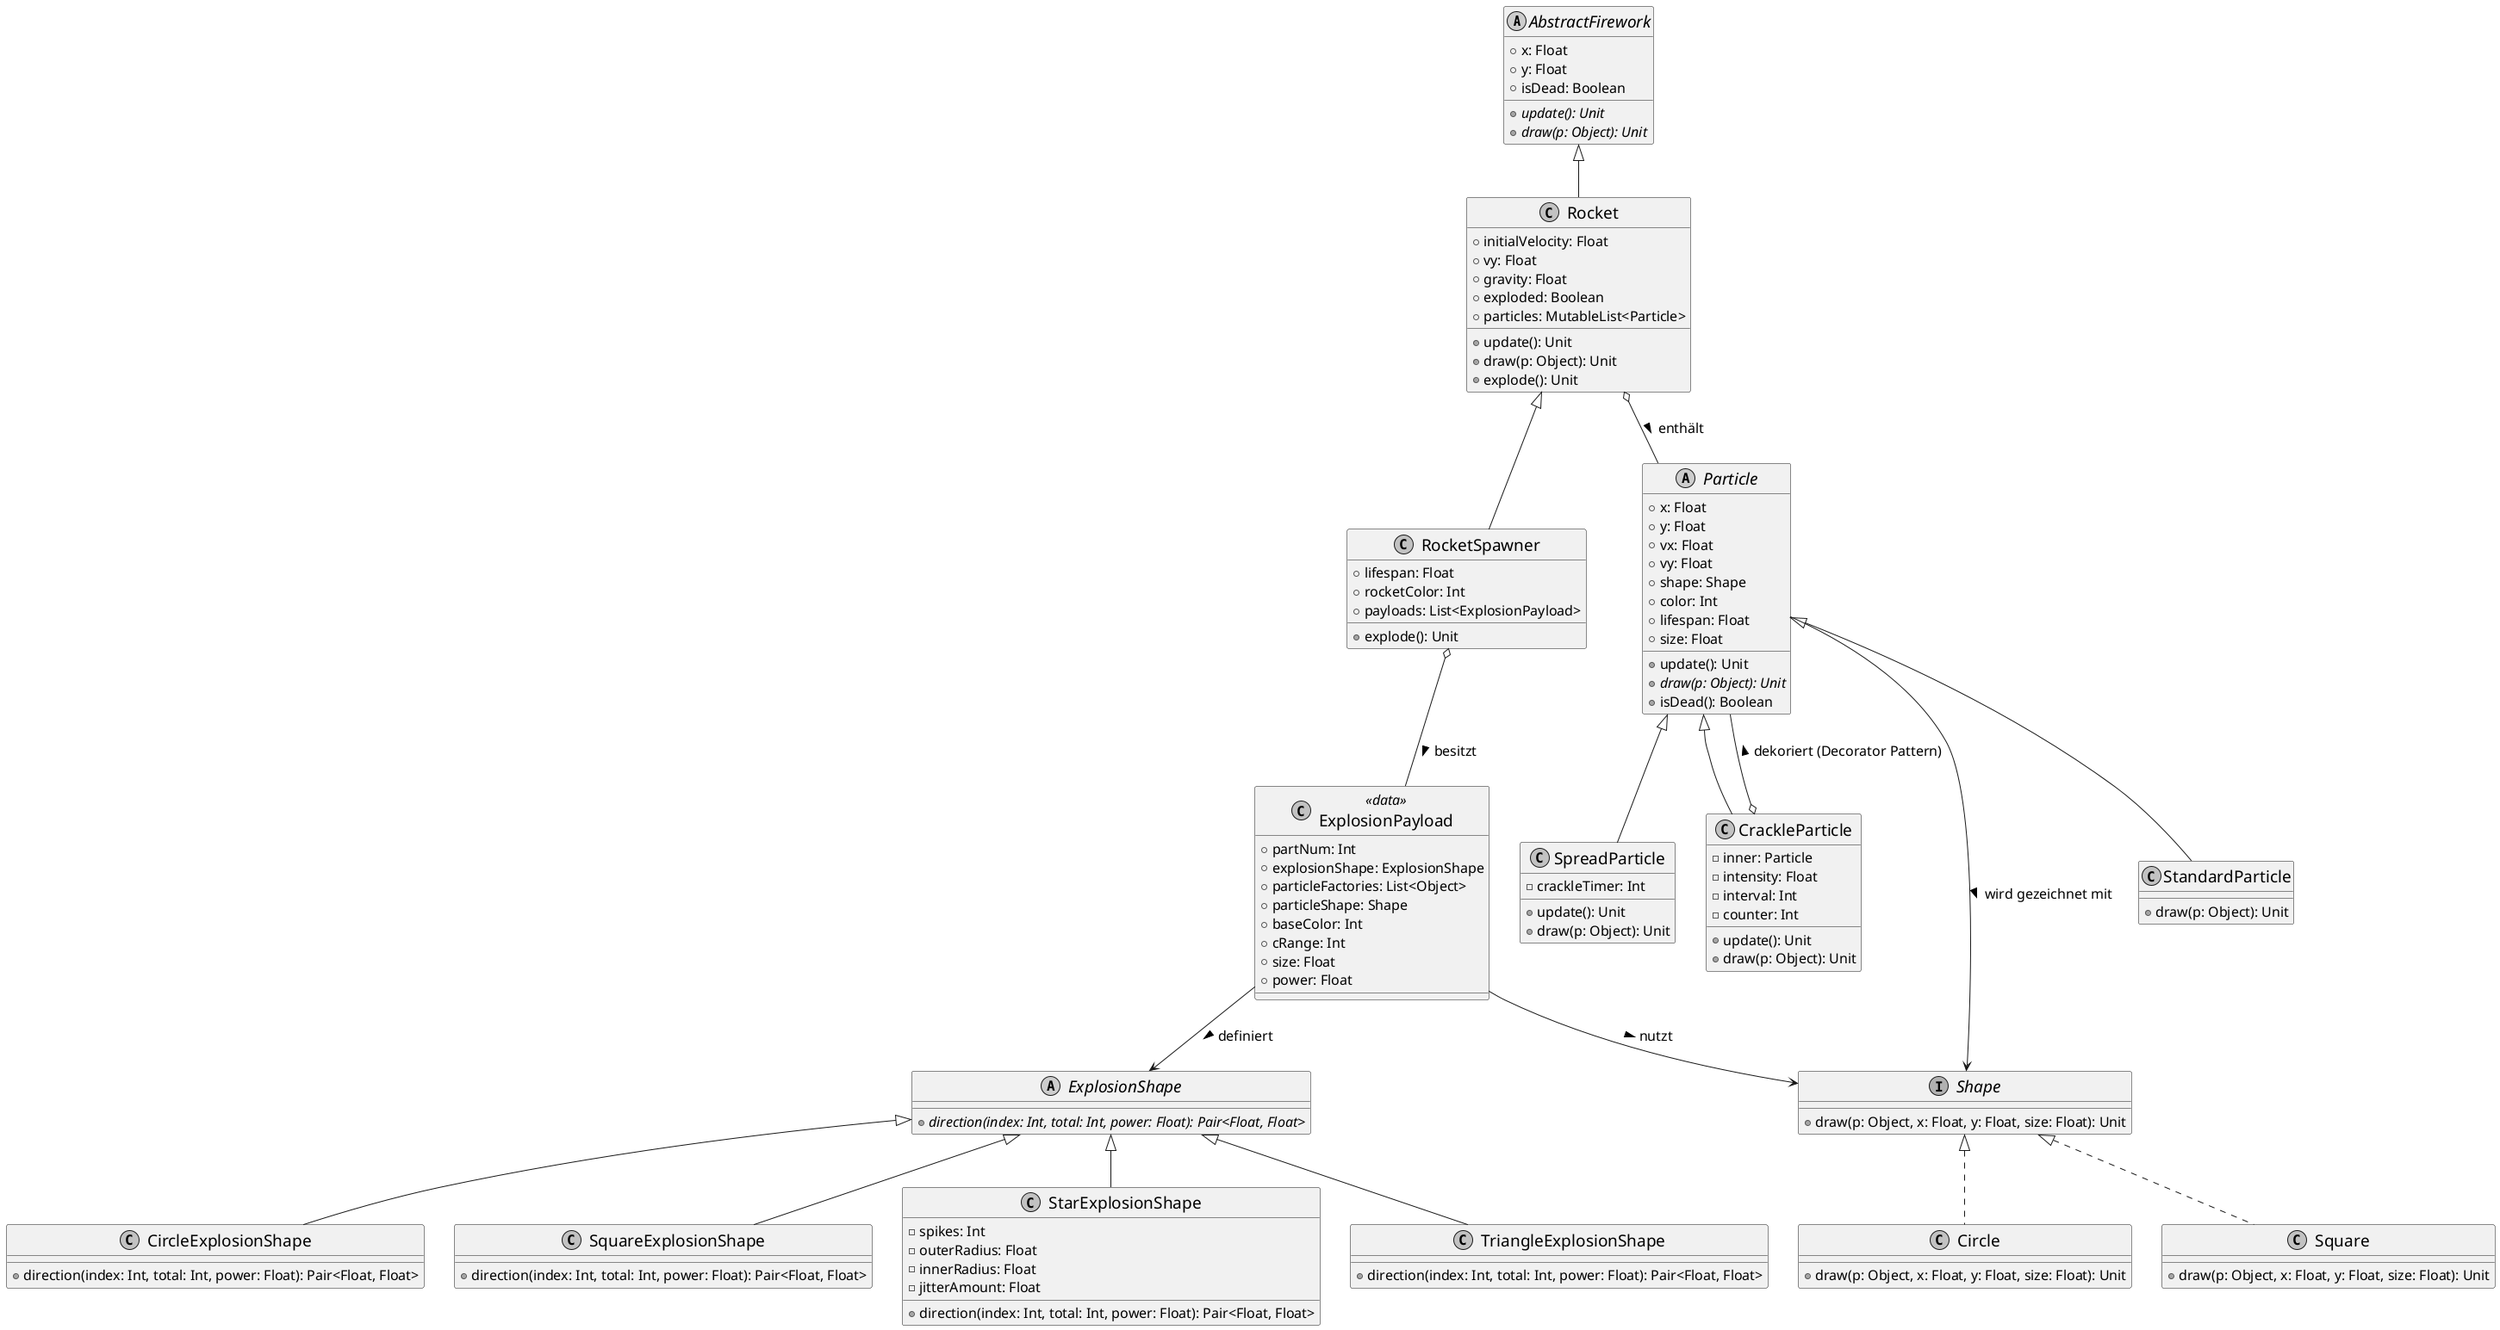
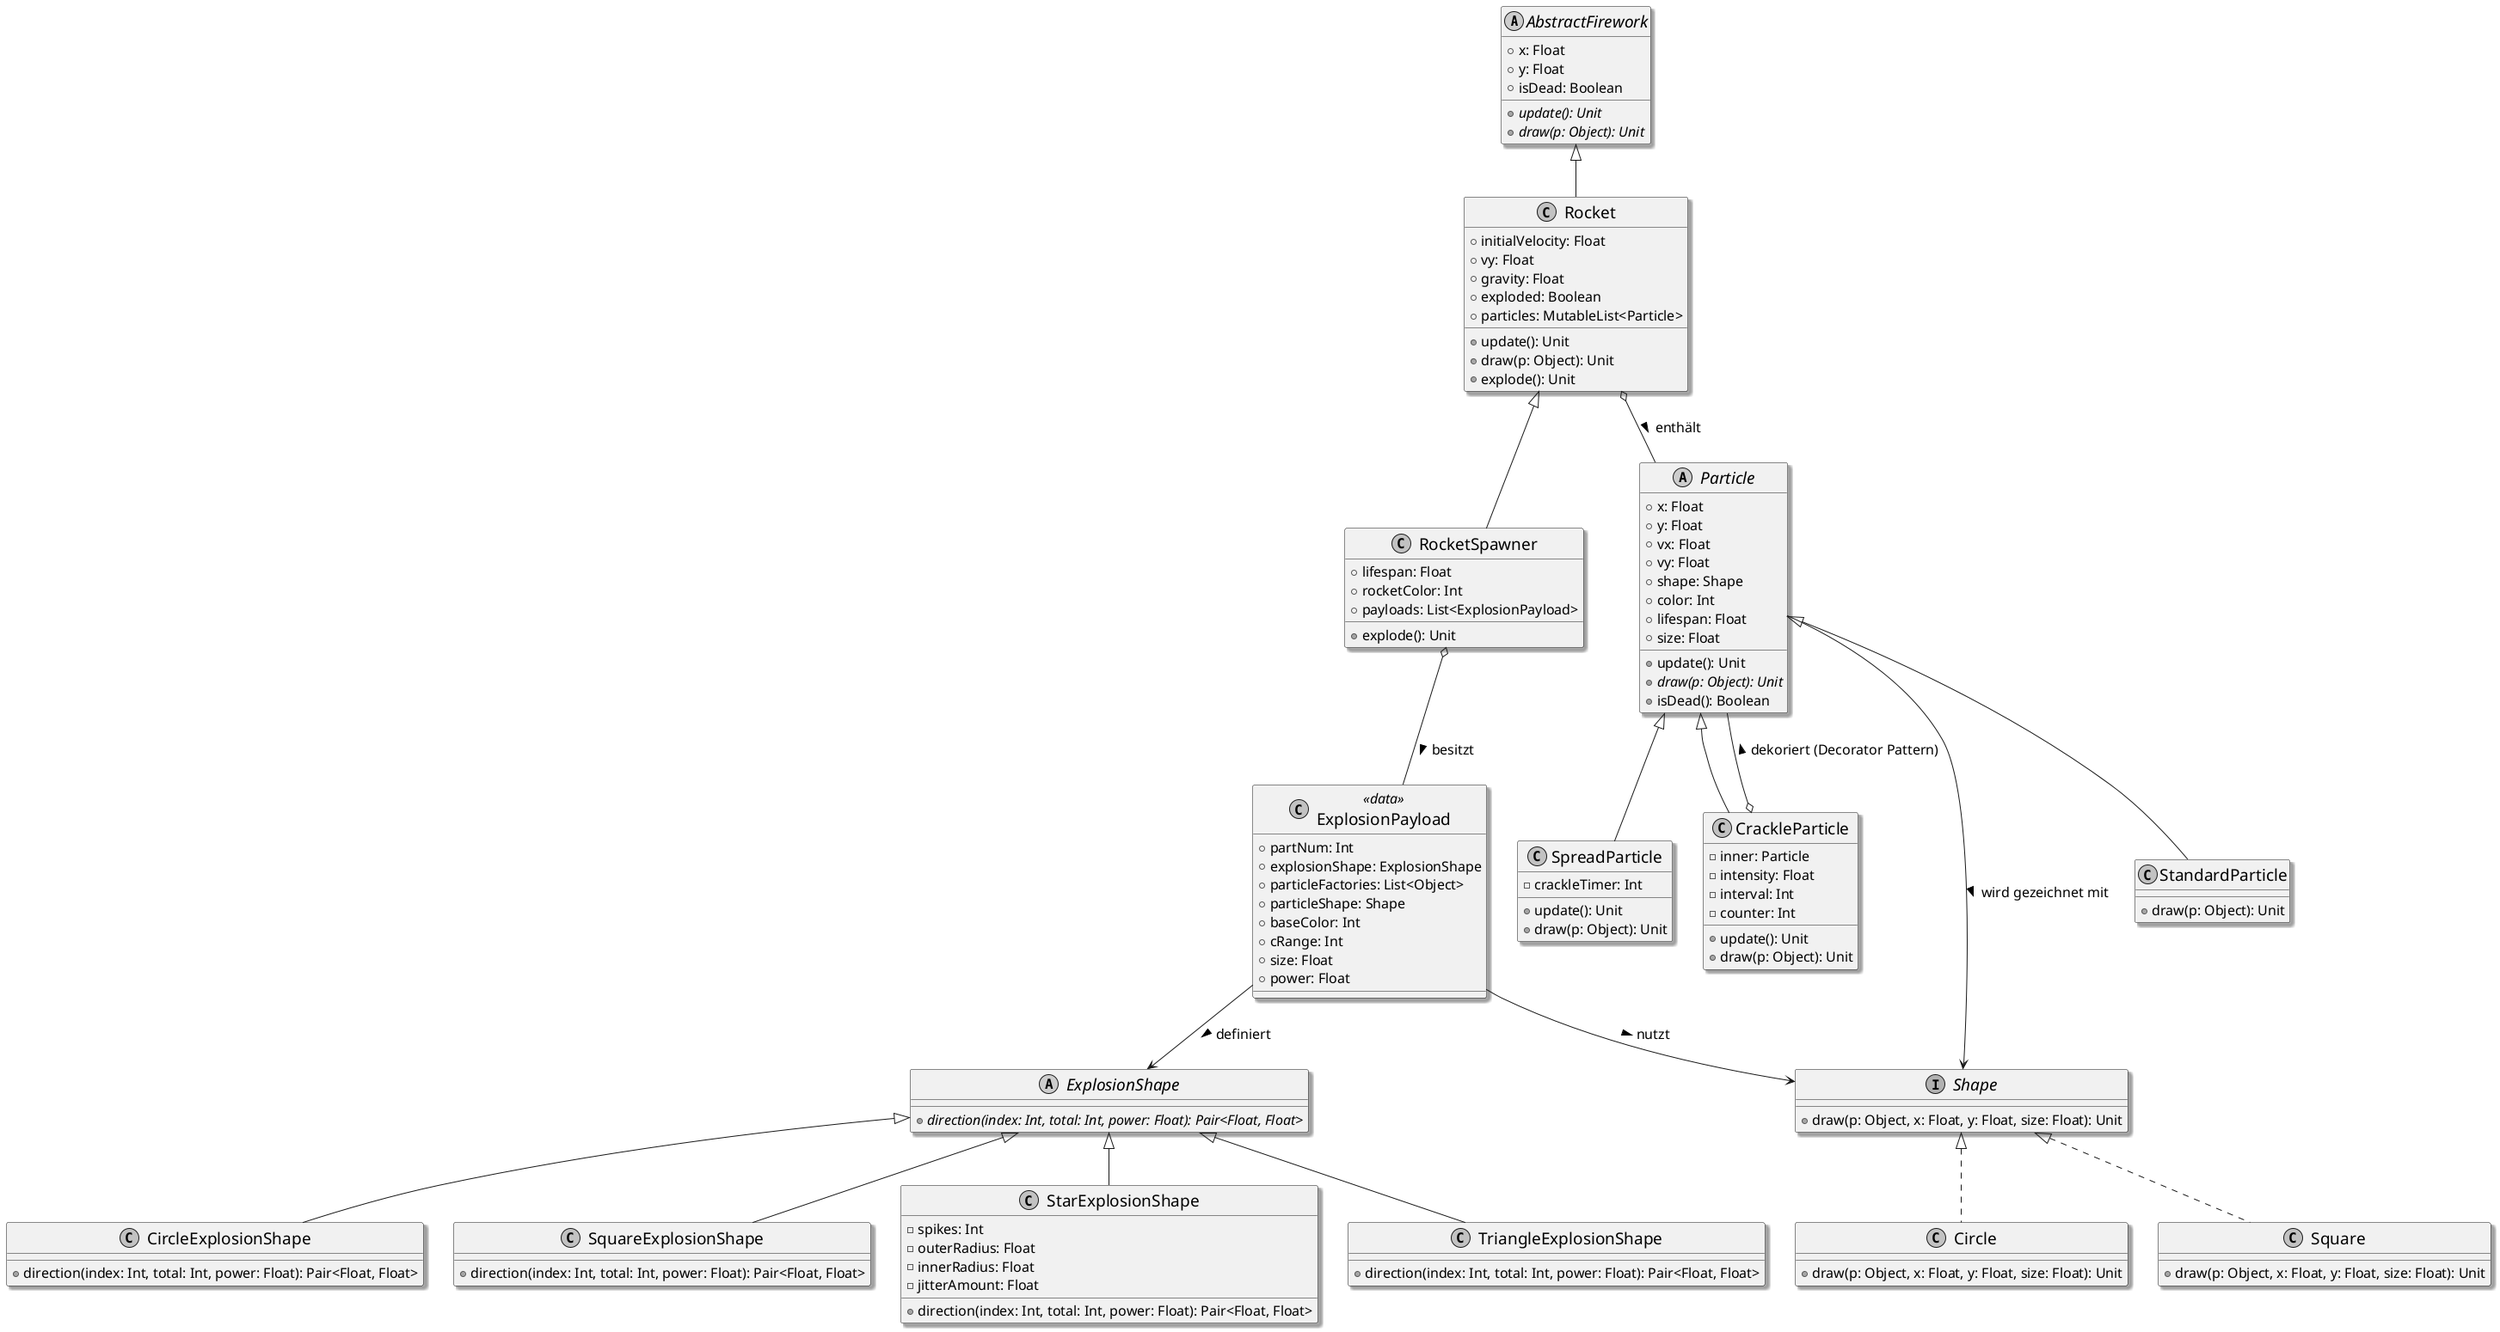
- @startuml
+ @startuml "Fireworks Diagram Final"
' --- Schrifteinstellungen für höhere Lesbarkeit ---
skinparam defaultFontSize 16
skinparam classFontSize 19
skinparam attributeFontSize 15
skinparam methodFontSize 15

skinparam monochrome true
- skinparam shadowing false
+ skinparam shadowing true

' --- Fireworks Hierarchie ---
abstract class AbstractFirework {
    + x: Float
    + y: Float
    + isDead: Boolean
    + {abstract} update(): Unit
    + {abstract} draw(p: Object): Unit
}

class Rocket {
    + initialVelocity: Float
    + vy: Float
    + gravity: Float
    + exploded: Boolean
    + particles: MutableList<Particle>
    + update(): Unit
    + draw(p: Object): Unit
    + explode(): Unit
}
AbstractFirework <|-- Rocket

class RocketSpawner {
    + lifespan: Float
    + rocketColor: Int
    + payloads: List<ExplosionPayload>
    + explode(): Unit
}
Rocket <|-- RocketSpawner

class ExplosionPayload <<data>> {
    + partNum: Int
    + explosionShape: ExplosionShape
    + particleFactories: List<Object>
    + particleShape: Shape
    + baseColor: Int
    + cRange: Int
    + size: Float
    + power: Float
}

' --- Particles Hierarchie ---
abstract class Particle {
    + x: Float
    + y: Float
    + vx: Float
    + vy: Float
    + shape: Shape
    + color: Int
    + lifespan: Float
    + size: Float
    + update(): Unit
    + {abstract} draw(p: Object): Unit
    + isDead(): Boolean
}

class StandardParticle {
    + draw(p: Object): Unit
}
Particle <|-- StandardParticle

class SpreadParticle {
    - crackleTimer: Int
    + update(): Unit
    + draw(p: Object): Unit
}
Particle <|-- SpreadParticle

class CrackleParticle {
    - inner: Particle
    - intensity: Float
    - interval: Int
    - counter: Int
    + update(): Unit
    + draw(p: Object): Unit
}
Particle <|-- CrackleParticle

' --- Shapes ---
interface Shape {
    + draw(p: Object, x: Float, y: Float, size: Float): Unit
}

class Circle implements Shape {
    + draw(p: Object, x: Float, y: Float, size: Float): Unit
}

class Square implements Shape {
    + draw(p: Object, x: Float, y: Float, size: Float): Unit
}

' --- Explosion Shapes ---
abstract class ExplosionShape {
    + {abstract} direction(index: Int, total: Int, power: Float): Pair<Float, Float>
}

class CircleExplosionShape extends ExplosionShape {
    + direction(index: Int, total: Int, power: Float): Pair<Float, Float>
}

class SquareExplosionShape extends ExplosionShape {
    + direction(index: Int, total: Int, power: Float): Pair<Float, Float>
}

class StarExplosionShape {
    - spikes: Int
    - outerRadius: Float
    - innerRadius: Float
    - jitterAmount: Float
    + direction(index: Int, total: Int, power: Float): Pair<Float, Float>
}
ExplosionShape <|-- StarExplosionShape

class TriangleExplosionShape extends ExplosionShape {
    + direction(index: Int, total: Int, power: Float): Pair<Float, Float>
}

' --- Beziehungen & Verknüpfungen ---
Rocket o-- Particle : enthält >
RocketSpawner o-- ExplosionPayload : besitzt >
ExplosionPayload --> ExplosionShape : definiert >
ExplosionPayload --> Shape : nutzt >
Particle --> Shape : wird gezeichnet mit >
CrackleParticle o-- Particle : dekoriert (Decorator Pattern) >

@enduml